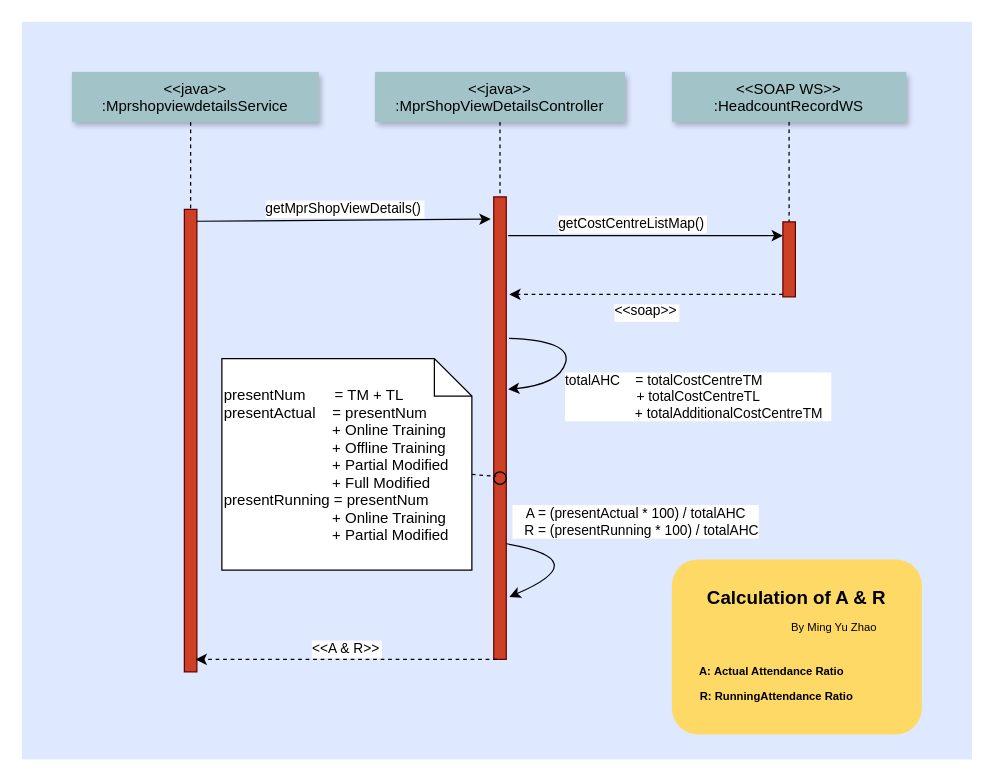
This is AR Calculation.drawio from mingyuzhao/Diagrams, a draw.io file, before an edit. Source tidied: cells renumbered, new cells numbered last; positions are measured from the earlier drawing's top-left corner, leaving out a move shared by most shapes. Both pictures are drawn from the tidied source at 125%, with x=0, y=0 at pixel (21, 21).
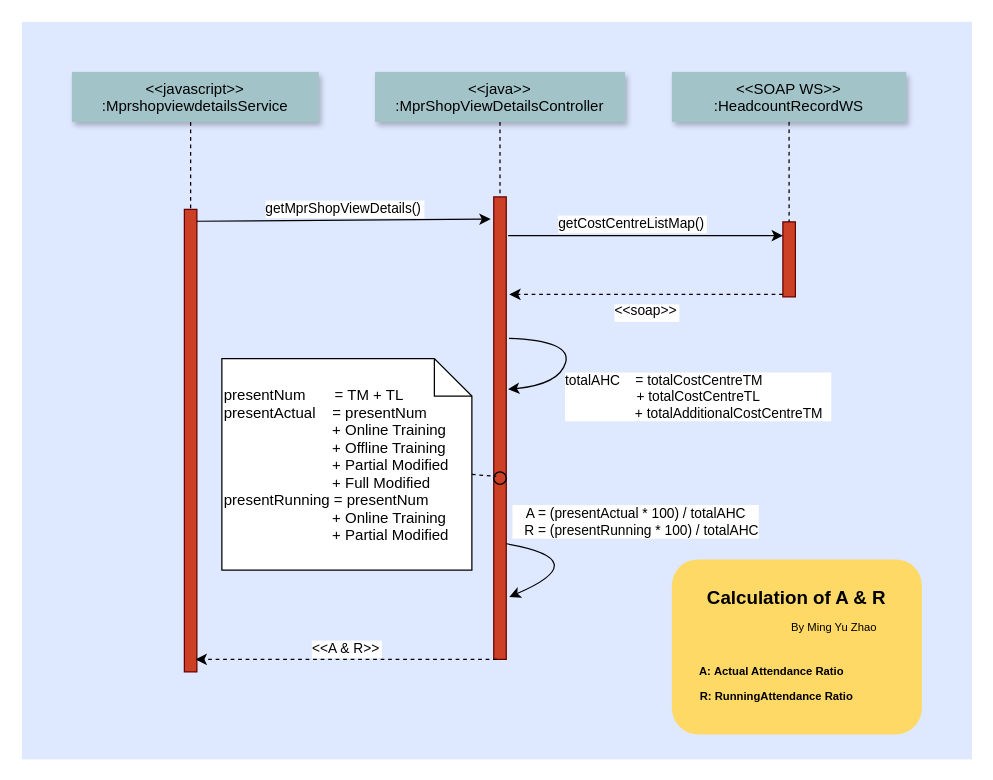
The same diagram, later.

The edit, as a diff of the source:
```diff
@@
-    <mxCell id="4" value="&lt;&lt;java&gt;&gt;&#10;:MprshopviewdetailsService" style="shadow=1;fillColor=#A2C4C9;strokeColor=none;" parent="1" vertex="1">
+    <mxCell id="4" value="&lt;&lt;javascript&gt;&gt;&#10;:MprshopviewdetailsService" style="shadow=1;fillColor=#A2C4C9;strokeColor=none;" parent="1" vertex="1">
       <mxGeometry x="40" y="40" width="197.5" height="40" as="geometry" />
     </mxCell>
```
